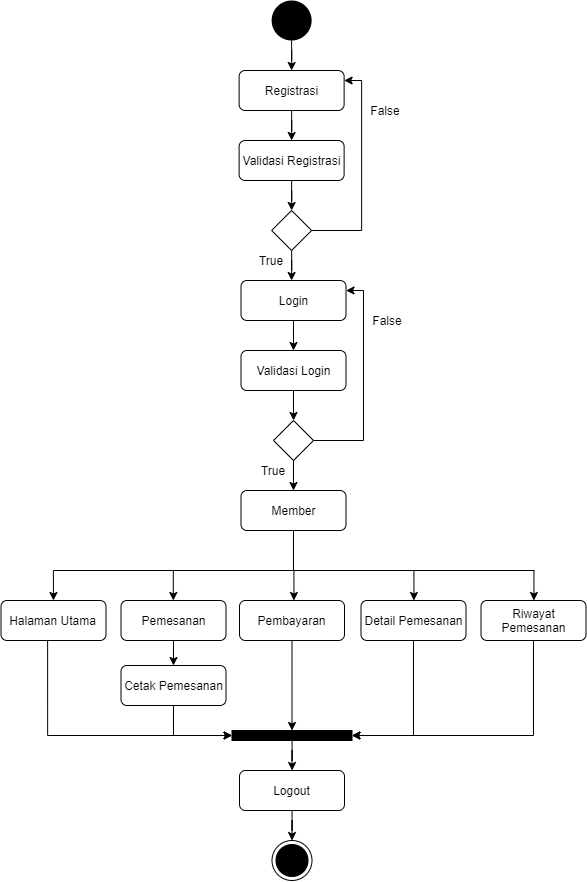
Khairul122/JK-WebPemesananJasaFotografer-ED keeps this draw.io diagram as SKRIPSI TARMIZI MAULANA/ARSIP/ACTIVITY DIAGRAM/DIAGRAM SKIRPSI TARMIZI MAULANA-AD-Member.png. Above is the earlier version. Source tidied: cells renumbered, new cells last; positions are measured from the earlier drawing's top-left corner, leaving out a move shared by most shapes. The source it was exported from:
```xml
<mxGraphModel>
  <root>
    <mxCell id="0" />
    <mxCell id="1" parent="0" />
    <mxCell id="2" style="ellipse;fillColor=#000000;strokeColor=none;" parent="1" vertex="1">
      <mxGeometry x="282" y="70" width="40" height="40" as="geometry" />
    </mxCell>
    <mxCell id="3" style="edgeStyle=orthogonalEdgeStyle;rounded=0;jettySize=auto;html=1;" parent="1" edge="1" source="4" target="7">
      <mxGeometry relative="1" as="geometry" />
    </mxCell>
    <mxCell id="4" value="Login" style="rounded=1;whiteSpace=wrap;html=1;" parent="1" vertex="1">
      <mxGeometry x="239.5" y="280" width="105" height="40" as="geometry" />
    </mxCell>
    <mxCell id="5" style="edgeStyle=orthogonalEdgeStyle;rounded=0;jettySize=auto;html=1;entryX=0.5;entryY=0;entryDx=0;entryDy=0;" parent="1" edge="1" source="7" target="9">
      <mxGeometry relative="1" as="geometry" />
    </mxCell>
    <mxCell id="6" style="edgeStyle=orthogonalEdgeStyle;rounded=0;jettySize=auto;html=1;entryX=1;entryY=0.25;entryDx=0;entryDy=0;exitX=1;exitY=0.5;exitDx=0;exitDy=0;" parent="1" edge="1" source="9" target="4">
      <mxGeometry relative="1" as="geometry">
        <Array as="points">
          <mxPoint x="362" y="440" />
          <mxPoint x="362" y="290" />
        </Array>
      </mxGeometry>
    </mxCell>
    <mxCell id="7" value="Validasi Login" style="rounded=1;whiteSpace=wrap;html=1;" parent="1" vertex="1">
      <mxGeometry x="239.5" y="350" width="105" height="40" as="geometry" />
    </mxCell>
    <mxCell id="8" style="edgeStyle=orthogonalEdgeStyle;rounded=0;jettySize=auto;html=1;" parent="1" edge="1" source="9" target="10">
      <mxGeometry relative="1" as="geometry" />
    </mxCell>
    <mxCell id="9" style="rhombus;whiteSpace=wrap;html=1;" parent="1" vertex="1">
      <mxGeometry x="272" y="420" width="40" height="40" as="geometry" />
    </mxCell>
    <mxCell id="10" value="Member" style="rounded=1;whiteSpace=wrap;html=1;" parent="1" vertex="1">
      <mxGeometry x="239.5" y="490" width="105" height="40" as="geometry" />
    </mxCell>
    <mxCell id="11" style="edgeStyle=orthogonalEdgeStyle;rounded=0;jettySize=auto;html=1;entryX=0;entryY=0.5;entryDx=0;entryDy=0;exitX=0.444;exitY=0.975;exitDx=0;exitDy=0;exitPerimeter=0;" parent="1" edge="1" source="12" target="18">
      <mxGeometry relative="1" as="geometry" />
    </mxCell>
    <mxCell id="12" value="Halaman Utama" style="rounded=1;whiteSpace=wrap;html=1;" parent="1" vertex="1">
      <mxGeometry x="-0.5" y="600" width="105" height="40" as="geometry" />
    </mxCell>
    <mxCell id="13" style="edgeStyle=orthogonalEdgeStyle;rounded=0;jettySize=auto;html=1;" parent="1" edge="1" source="14" target="33">
      <mxGeometry relative="1" as="geometry" />
    </mxCell>
    <mxCell id="14" value="Pemesanan" style="rounded=1;whiteSpace=wrap;html=1;" parent="1" vertex="1">
      <mxGeometry x="119.5" y="600" width="105" height="40" as="geometry" />
    </mxCell>
    <mxCell id="15" style="edgeStyle=orthogonalEdgeStyle;rounded=0;jettySize=auto;html=1;entryX=0.5;entryY=0;entryDx=0;entryDy=0;" parent="1" edge="1" source="16" target="18">
      <mxGeometry relative="1" as="geometry" />
    </mxCell>
    <mxCell id="16" value="Pembayaran" style="rounded=1;whiteSpace=wrap;html=1;" parent="1" vertex="1">
      <mxGeometry x="238" y="600" width="105" height="40" as="geometry" />
    </mxCell>
    <mxCell id="17" style="edgeStyle=orthogonalEdgeStyle;rounded=0;jettySize=auto;html=1;" parent="1" edge="1" source="18" target="20">
      <mxGeometry relative="1" as="geometry" />
    </mxCell>
    <mxCell id="18" style="rounded=0;whiteSpace=wrap;html=1;fillColor=#000000;" parent="1" vertex="1">
      <mxGeometry x="230.5" y="730" width="120" height="10" as="geometry" />
    </mxCell>
    <mxCell id="19" style="edgeStyle=orthogonalEdgeStyle;rounded=0;jettySize=auto;html=1;" parent="1" edge="1" source="20" target="21">
      <mxGeometry relative="1" as="geometry" />
    </mxCell>
    <mxCell id="20" value="Logout" style="rounded=1;whiteSpace=wrap;html=1;" parent="1" vertex="1">
      <mxGeometry x="238" y="770" width="105" height="40" as="geometry" />
    </mxCell>
    <mxCell id="21" style="ellipse;html=1;shape=endState;fillColor=#000000;strokeColor=#000000;" parent="1" vertex="1">
      <mxGeometry x="270.5" y="840" width="40" height="40" as="geometry" />
    </mxCell>
    <mxCell id="22" style="endArrow=classic;html=1;entryX=0.5;entryY=0;entryDx=0;entryDy=0;" parent="1" edge="1" target="12">
      <mxGeometry relative="1" as="geometry">
        <mxPoint x="51.9" y="570" as="sourcePoint" />
      </mxGeometry>
    </mxCell>
    <mxCell id="23" style="endArrow=classic;html=1;entryX=0.5;entryY=0;entryDx=0;entryDy=0;" parent="1" edge="1">
      <mxGeometry relative="1" as="geometry">
        <mxPoint x="292.4" y="570" as="sourcePoint" />
        <mxPoint x="292.4" y="600" as="targetPoint" />
      </mxGeometry>
    </mxCell>
    <mxCell id="24" style="endArrow=classic;html=1;entryX=0.5;entryY=0;entryDx=0;entryDy=0;" parent="1" edge="1">
      <mxGeometry relative="1" as="geometry">
        <mxPoint x="412.4" y="570" as="sourcePoint" />
        <mxPoint x="412.4" y="600" as="targetPoint" />
      </mxGeometry>
    </mxCell>
    <mxCell id="25" style="endArrow=classic;html=1;entryX=0.5;entryY=0;entryDx=0;entryDy=0;" parent="1" edge="1">
      <mxGeometry relative="1" as="geometry">
        <mxPoint x="532.4" y="570" as="sourcePoint" />
        <mxPoint x="532.4" y="600" as="targetPoint" />
      </mxGeometry>
    </mxCell>
    <mxCell id="26" style="endArrow=none;html=1;exitX=0.5;exitY=1;exitDx=0;exitDy=0;" parent="1" edge="1" source="10">
      <mxGeometry relative="1" as="geometry">
        <mxPoint x="292" y="570" as="targetPoint" />
      </mxGeometry>
    </mxCell>
    <mxCell id="27" style="endArrow=none;html=1;" parent="1" edge="1">
      <mxGeometry relative="1" as="geometry">
        <mxPoint x="51.9" y="570" as="sourcePoint" />
        <mxPoint x="532.9" y="570" as="targetPoint" />
      </mxGeometry>
    </mxCell>
    <mxCell id="28" style="edgeStyle=orthogonalEdgeStyle;rounded=0;jettySize=auto;html=1;entryX=1;entryY=0.5;entryDx=0;entryDy=0;exitX=0.5;exitY=1;exitDx=0;exitDy=0;" parent="1" edge="1" source="29" target="18">
      <mxGeometry relative="1" as="geometry" />
    </mxCell>
    <mxCell id="29" value="Detail Pemesanan" style="rounded=1;whiteSpace=wrap;html=1;" parent="1" vertex="1">
      <mxGeometry x="359.5" y="600" width="105" height="40" as="geometry" />
    </mxCell>
    <mxCell id="30" style="edgeStyle=orthogonalEdgeStyle;rounded=0;jettySize=auto;html=1;entryX=1;entryY=0.5;entryDx=0;entryDy=0;exitX=0.5;exitY=1;exitDx=0;exitDy=0;" parent="1" edge="1" source="31" target="18">
      <mxGeometry relative="1" as="geometry" />
    </mxCell>
    <mxCell id="31" value="Riwayat Pemesanan" style="rounded=1;whiteSpace=wrap;html=1;" parent="1" vertex="1">
      <mxGeometry x="479.5" y="600" width="105" height="40" as="geometry" />
    </mxCell>
    <mxCell id="32" style="edgeStyle=orthogonalEdgeStyle;rounded=0;jettySize=auto;html=1;entryX=0;entryY=0.5;entryDx=0;entryDy=0;exitX=0.5;exitY=1;exitDx=0;exitDy=0;" parent="1" edge="1" source="33" target="18">
      <mxGeometry relative="1" as="geometry" />
    </mxCell>
    <mxCell id="33" value="Cetak Pemesanan" style="rounded=1;whiteSpace=wrap;html=1;" parent="1" vertex="1">
      <mxGeometry x="119.5" y="665" width="105" height="40" as="geometry" />
    </mxCell>
    <mxCell id="34" style="endArrow=classic;html=1;entryX=0.5;entryY=0;entryDx=0;entryDy=0;" parent="1" edge="1">
      <mxGeometry relative="1" as="geometry">
        <mxPoint x="171.8" y="570" as="sourcePoint" />
        <mxPoint x="171.8" y="600" as="targetPoint" />
      </mxGeometry>
    </mxCell>
    <mxCell id="35" value="True" style="text;html=1;strokeColor=none;fillColor=none;align=center;verticalAlign=middle;whiteSpace=wrap;rounded=0;" parent="1" vertex="1">
      <mxGeometry x="252" y="460" width="40" height="20" as="geometry" />
    </mxCell>
    <mxCell id="36" value="False" style="text;html=1;strokeColor=none;fillColor=none;align=center;verticalAlign=middle;whiteSpace=wrap;rounded=0;" parent="1" vertex="1">
      <mxGeometry x="366" y="310" width="40" height="20" as="geometry" />
    </mxCell>
    <mxCell id="37" style="edgeStyle=orthogonalEdgeStyle;rounded=0;jettySize=auto;html=1;" parent="1" edge="1" source="38" target="41">
      <mxGeometry relative="1" as="geometry" />
    </mxCell>
    <mxCell id="38" value="Registrasi" style="rounded=1;whiteSpace=wrap;html=1;" parent="1" vertex="1">
      <mxGeometry x="237.6" y="70" width="105" height="40" as="geometry" />
    </mxCell>
    <mxCell id="39" style="edgeStyle=orthogonalEdgeStyle;rounded=0;jettySize=auto;html=1;entryX=0.5;entryY=0;entryDx=0;entryDy=0;" parent="1" edge="1" source="41" target="43">
      <mxGeometry relative="1" as="geometry" />
    </mxCell>
    <mxCell id="40" style="edgeStyle=orthogonalEdgeStyle;rounded=0;jettySize=auto;html=1;entryX=1;entryY=0.25;entryDx=0;entryDy=0;exitX=1;exitY=0.5;exitDx=0;exitDy=0;" parent="1" edge="1" source="43" target="38">
      <mxGeometry relative="1" as="geometry">
        <Array as="points">
          <mxPoint x="360.1" y="230" />
          <mxPoint x="360.1" y="80" />
        </Array>
      </mxGeometry>
    </mxCell>
    <mxCell id="41" value="Validasi Registrasi" style="rounded=1;whiteSpace=wrap;html=1;" parent="1" vertex="1">
      <mxGeometry x="237.6" y="140" width="105" height="40" as="geometry" />
    </mxCell>
    <mxCell id="42" style="edgeStyle=orthogonalEdgeStyle;rounded=0;jettySize=auto;html=1;" parent="1" edge="1" source="43">
      <mxGeometry relative="1" as="geometry">
        <mxPoint x="290.1" y="280" as="targetPoint" />
      </mxGeometry>
    </mxCell>
    <mxCell id="43" style="rhombus;whiteSpace=wrap;html=1;" parent="1" vertex="1">
      <mxGeometry x="270.1" y="210" width="40" height="40" as="geometry" />
    </mxCell>
    <mxCell id="44" value="True" style="text;html=1;strokeColor=none;fillColor=none;align=center;verticalAlign=middle;whiteSpace=wrap;rounded=0;" parent="1" vertex="1">
      <mxGeometry x="250.1" y="250" width="40" height="20" as="geometry" />
    </mxCell>
    <mxCell id="45" value="False" style="text;html=1;strokeColor=none;fillColor=none;align=center;verticalAlign=middle;whiteSpace=wrap;rounded=0;" parent="1" vertex="1">
      <mxGeometry x="364.1" y="100" width="40" height="20" as="geometry" />
    </mxCell>
    <mxCell id="46" style="edgeStyle=orthogonalEdgeStyle;rounded=0;jettySize=auto;html=1;" parent="1" edge="1" source="47" target="38">
      <mxGeometry relative="1" as="geometry" />
    </mxCell>
    <mxCell id="47" style="ellipse;fillColor=#000000;strokeColor=none;" parent="1" vertex="1">
      <mxGeometry x="270.1" width="40" height="40" as="geometry" />
    </mxCell>
  </root>
</mxGraphModel>
```
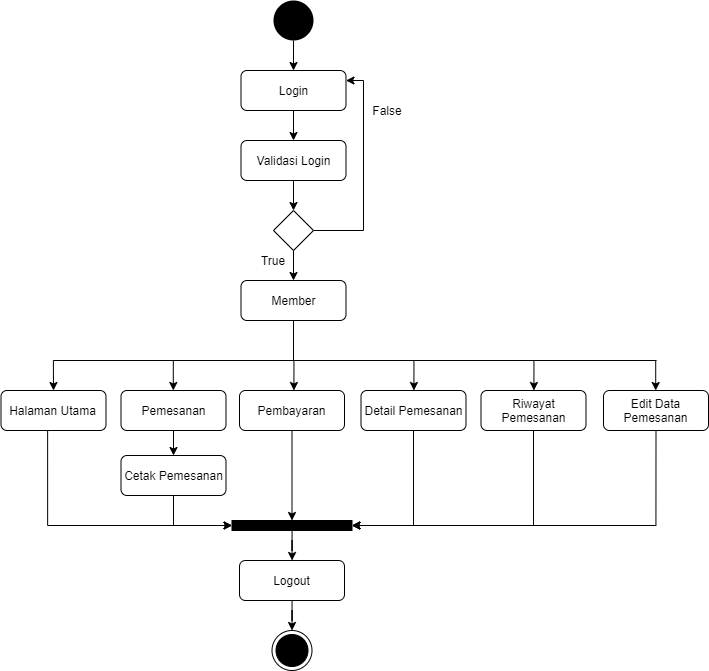
The same file after the commit.

What changed in the source:
```diff
@@ -2,9 +2,6 @@
   <root>
     <mxCell id="0" />
     <mxCell id="1" parent="0" />
-    <mxCell id="2" style="ellipse;fillColor=#000000;strokeColor=none;" parent="1" vertex="1">
-      <mxGeometry x="282" y="70" width="40" height="40" as="geometry" />
-    </mxCell>
     <mxCell id="3" style="edgeStyle=orthogonalEdgeStyle;rounded=0;jettySize=auto;html=1;" parent="1" edge="1" source="4" target="7">
       <mxGeometry relative="1" as="geometry" />
     </mxCell>
@@ -98,7 +95,7 @@
     <mxCell id="27" style="endArrow=none;html=1;" parent="1" edge="1">
       <mxGeometry relative="1" as="geometry">
         <mxPoint x="51.9" y="570" as="sourcePoint" />
-        <mxPoint x="532.9" y="570" as="targetPoint" />
+        <mxPoint x="655" y="570" as="targetPoint" />
       </mxGeometry>
     </mxCell>
     <mxCell id="28" style="edgeStyle=orthogonalEdgeStyle;rounded=0;jettySize=auto;html=1;entryX=1;entryY=0.5;entryDx=0;entryDy=0;exitX=0.5;exitY=1;exitDx=0;exitDy=0;" parent="1" edge="1" source="29" target="18">
@@ -131,45 +128,23 @@
     <mxCell id="36" value="False" style="text;html=1;strokeColor=none;fillColor=none;align=center;verticalAlign=middle;whiteSpace=wrap;rounded=0;" parent="1" vertex="1">
       <mxGeometry x="366" y="310" width="40" height="20" as="geometry" />
     </mxCell>
-    <mxCell id="37" style="edgeStyle=orthogonalEdgeStyle;rounded=0;jettySize=auto;html=1;" parent="1" edge="1" source="38" target="41">
-      <mxGeometry relative="1" as="geometry" />
-    </mxCell>
-    <mxCell id="38" value="Registrasi" style="rounded=1;whiteSpace=wrap;html=1;" parent="1" vertex="1">
-      <mxGeometry x="237.6" y="70" width="105" height="40" as="geometry" />
-    </mxCell>
-    <mxCell id="39" style="edgeStyle=orthogonalEdgeStyle;rounded=0;jettySize=auto;html=1;entryX=0.5;entryY=0;entryDx=0;entryDy=0;" parent="1" edge="1" source="41" target="43">
-      <mxGeometry relative="1" as="geometry" />
-    </mxCell>
-    <mxCell id="40" style="edgeStyle=orthogonalEdgeStyle;rounded=0;jettySize=auto;html=1;entryX=1;entryY=0.25;entryDx=0;entryDy=0;exitX=1;exitY=0.5;exitDx=0;exitDy=0;" parent="1" edge="1" source="43" target="38">
-      <mxGeometry relative="1" as="geometry">
-        <Array as="points">
-          <mxPoint x="360.1" y="230" />
-          <mxPoint x="360.1" y="80" />
-        </Array>
-      </mxGeometry>
-    </mxCell>
-    <mxCell id="41" value="Validasi Registrasi" style="rounded=1;whiteSpace=wrap;html=1;" parent="1" vertex="1">
-      <mxGeometry x="237.6" y="140" width="105" height="40" as="geometry" />
-    </mxCell>
-    <mxCell id="42" style="edgeStyle=orthogonalEdgeStyle;rounded=0;jettySize=auto;html=1;" parent="1" edge="1" source="43">
-      <mxGeometry relative="1" as="geometry">
-        <mxPoint x="290.1" y="280" as="targetPoint" />
-      </mxGeometry>
-    </mxCell>
-    <mxCell id="43" style="rhombus;whiteSpace=wrap;html=1;" parent="1" vertex="1">
-      <mxGeometry x="270.1" y="210" width="40" height="40" as="geometry" />
-    </mxCell>
-    <mxCell id="44" value="True" style="text;html=1;strokeColor=none;fillColor=none;align=center;verticalAlign=middle;whiteSpace=wrap;rounded=0;" parent="1" vertex="1">
-      <mxGeometry x="250.1" y="250" width="40" height="20" as="geometry" />
-    </mxCell>
-    <mxCell id="45" value="False" style="text;html=1;strokeColor=none;fillColor=none;align=center;verticalAlign=middle;whiteSpace=wrap;rounded=0;" parent="1" vertex="1">
-      <mxGeometry x="364.1" y="100" width="40" height="20" as="geometry" />
-    </mxCell>
-    <mxCell id="46" style="edgeStyle=orthogonalEdgeStyle;rounded=0;jettySize=auto;html=1;" parent="1" edge="1" source="47" target="38">
-      <mxGeometry relative="1" as="geometry" />
-    </mxCell>
-    <mxCell id="47" style="ellipse;fillColor=#000000;strokeColor=none;" parent="1" vertex="1">
-      <mxGeometry x="270.1" width="40" height="40" as="geometry" />
-    </mxCell>
+    <mxCell id="48" style="edgeStyle=orthogonalEdgeStyle;rounded=0;jettySize=auto;html=1;entryX=1;entryY=0.5;entryDx=0;entryDy=0;exitX=0.5;exitY=1;exitDx=0;exitDy=0;" parent="1" edge="1" source="49" target="18">
+      <mxGeometry relative="1" as="geometry" />
+    </mxCell>
+    <mxCell id="49" value="Edit Data Pemesanan" style="rounded=1;whiteSpace=wrap;html=1;" parent="1" vertex="1">
+      <mxGeometry x="602" y="600" width="105" height="40" as="geometry" />
+    </mxCell>
+    <mxCell id="50" style="endArrow=classic;html=1;entryX=0.5;entryY=0;entryDx=0;entryDy=0;" parent="1" edge="1">
+      <mxGeometry relative="1" as="geometry">
+        <mxPoint x="654.2" y="570" as="sourcePoint" />
+        <mxPoint x="654.2" y="600" as="targetPoint" />
+      </mxGeometry>
+    </mxCell>
+    <mxCell id="51" style="edgeStyle=orthogonalEdgeStyle;rounded=0;jettySize=auto;html=1;" parent="1" edge="1" source="52" target="4">
+      <mxGeometry relative="1" as="geometry" />
+    </mxCell>
+    <mxCell id="52" style="ellipse;fillColor=#000000;strokeColor=none;" parent="1" vertex="1">
+      <mxGeometry x="272" y="210" width="40" height="40" as="geometry" />
+    </mxCell>
   </root>
 </mxGraphModel>
```
